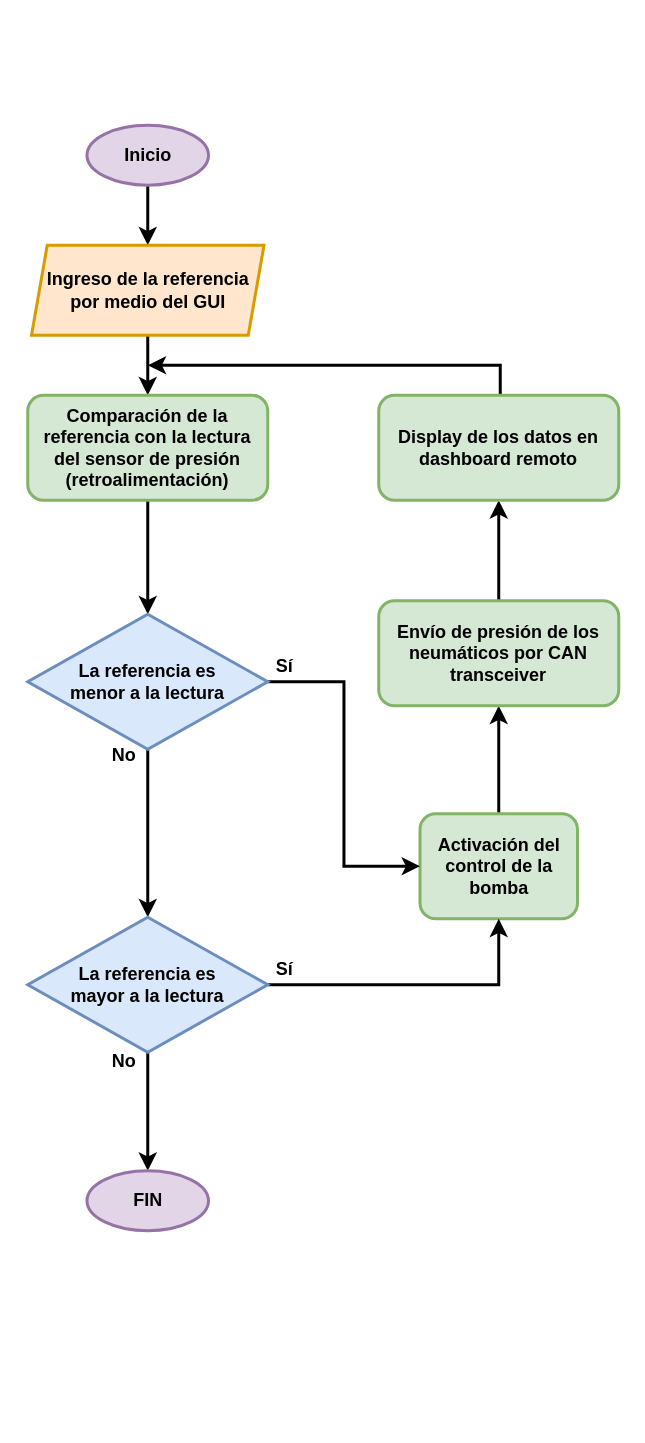
The draw.io diagram page "Diagrama de flujo (general)" (2 of 3) of Reto/Sistema de control y diagrama de flujo.drawio in GuillermoGJ03/Repo-Embebidos-Avanzados, before the edit. Source tidied: cells renumbered, new cells numbered last; positions are measured from the earlier drawing's top-left corner, leaving out a move shared by most shapes. Both pictures are drawn from the tidied source at 150%, with x=0, y=0 at pixel (27, 124).
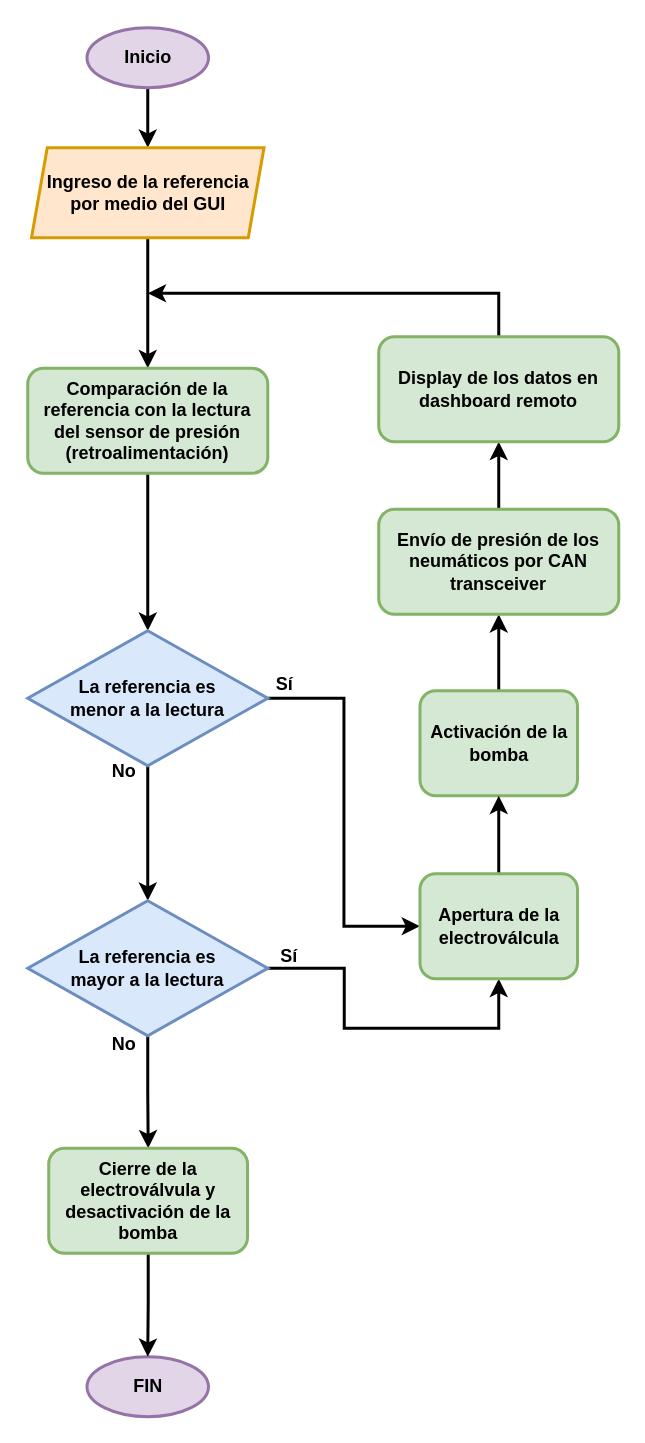
After the change.

What changed in the source:
```diff
@@
     <mxCell id="3" value="Inicio" style="ellipse;whiteSpace=wrap;html=1;strokeWidth=2;fontFamily=Helvetica;fontSize=12;fontStyle=1;fillColor=#e1d5e7;strokeColor=#9673a6;" parent="1" vertex="1">
-      <mxGeometry x="39.5" width="81" height="40" as="geometry" />
+      <mxGeometry x="39.5" y="-65" width="81" height="40" as="geometry" />
     </mxCell>
@@
     <mxCell id="5" value="Ingreso de la referencia por medio del GUI" style="shape=parallelogram;perimeter=parallelogramPerimeter;whiteSpace=wrap;html=1;fixedSize=1;strokeWidth=2;fontFamily=Helvetica;fontSize=12;fontStyle=1;size=10.500000000000114;fillColor=#ffe6cc;strokeColor=#d79b00;" parent="1" vertex="1">
-      <mxGeometry x="2.5" y="80" width="155" height="60" as="geometry" />
+      <mxGeometry x="2.5" y="15" width="155" height="60" as="geometry" />
     </mxCell>
@@
     <mxCell id="7" value="Comparación de la referencia con la lectura del sensor de presión (retroalimentación)" style="rounded=1;whiteSpace=wrap;html=1;strokeWidth=2;fontStyle=1;fillColor=#d5e8d4;strokeColor=#82b366;" parent="1" vertex="1">
-      <mxGeometry y="180" width="160" height="70" as="geometry" />
+      <mxGeometry y="162" width="160" height="70" as="geometry" />
     </mxCell>
@@
-    <mxCell id="9" value="Activación del control de la bomba" style="rounded=1;whiteSpace=wrap;html=1;strokeWidth=2;fontStyle=1;fillColor=#d5e8d4;strokeColor=#82b366;" parent="1" vertex="1">
-      <mxGeometry x="261.5" y="459" width="105" height="70" as="geometry" />
+    <mxCell id="9" value="Activación de la bomba" style="rounded=1;whiteSpace=wrap;html=1;strokeWidth=2;fontStyle=1;fillColor=#d5e8d4;strokeColor=#82b366;" parent="1" vertex="1">
+      <mxGeometry x="261.5" y="377" width="105" height="70" as="geometry" />
     </mxCell>
@@
-    <mxCell id="11" style="edgeStyle=orthogonalEdgeStyle;rounded=0;jettySize=auto;html=1;entryX=0;entryY=0.5;entryDx=0;entryDy=0;fontFamily=Verdana;fontSize=10;strokeWidth=2;" parent="1" edge="1" source="12" target="9">
-      <mxGeometry relative="1" as="geometry" />
-    </mxCell>
+    <mxCell id="25" style="edgeStyle=orthogonalEdgeStyle;rounded=0;jettySize=auto;html=1;entryX=0;entryY=0.5;entryDx=0;entryDy=0;strokeWidth=2;" parent="1" edge="1" source="12" target="29">
+      <mxGeometry relative="1" as="geometry" />
+    </mxCell>
     <mxCell id="12" value="&lt;b&gt;La referencia es &lt;br&gt;menor a la lectura&lt;/b&gt;" style="rhombus;whiteSpace=wrap;html=1;strokeWidth=2;fontFamily=Helvetica;fontSize=12;fillColor=#dae8fc;strokeColor=#6c8ebf;" parent="1" vertex="1">
-      <mxGeometry y="326" width="160" height="90" as="geometry" />
+      <mxGeometry y="337" width="160" height="90" as="geometry" />
     </mxCell>
-    <mxCell id="13" style="edgeStyle=orthogonalEdgeStyle;rounded=0;jettySize=auto;html=1;fontFamily=Verdana;fontSize=10;strokeWidth=2;" parent="1" edge="1" source="15" target="16">
-      <mxGeometry relative="1" as="geometry" />
-    </mxCell>
-    <mxCell id="14" style="edgeStyle=orthogonalEdgeStyle;rounded=0;jettySize=auto;html=1;entryX=0.5;entryY=1;entryDx=0;entryDy=0;fontFamily=Verdana;fontSize=10;strokeWidth=2;" parent="1" edge="1" source="15" target="9">
-      <mxGeometry relative="1" as="geometry" />
-    </mxCell>
+    <mxCell id="26" style="edgeStyle=orthogonalEdgeStyle;rounded=0;jettySize=auto;html=1;entryX=0.5;entryY=1;entryDx=0;entryDy=0;strokeWidth=2;" parent="1" edge="1" source="15" target="29">
+      <mxGeometry relative="1" as="geometry">
+        <Array as="points">
+          <mxPoint x="211" y="562" />
+          <mxPoint x="211" y="602" />
+          <mxPoint x="314" y="602" />
+        </Array>
+      </mxGeometry>
+    </mxCell>
+    <mxCell id="27" style="edgeStyle=orthogonalEdgeStyle;rounded=0;jumpSize=6;jettySize=auto;html=1;strokeWidth=2;" parent="1" edge="1" source="15" target="31">
+      <mxGeometry relative="1" as="geometry" />
+    </mxCell>
     <mxCell id="15" value="&lt;b&gt;La referencia es &lt;br&gt;mayor a la lectura&lt;/b&gt;" style="rhombus;whiteSpace=wrap;html=1;strokeWidth=2;fontFamily=Helvetica;fontSize=12;fillColor=#dae8fc;strokeColor=#6c8ebf;" parent="1" vertex="1">
-      <mxGeometry y="528" width="160" height="90" as="geometry" />
+      <mxGeometry y="517" width="160" height="90" as="geometry" />
     </mxCell>
     <mxCell id="16" value="FIN" style="ellipse;whiteSpace=wrap;html=1;strokeWidth=2;fontFamily=Helvetica;fontSize=12;fontStyle=1;fillColor=#e1d5e7;strokeColor=#9673a6;" parent="1" vertex="1">
-      <mxGeometry x="39.5" y="697" width="81" height="40" as="geometry" />
+      <mxGeometry x="39.5" y="821" width="81" height="40" as="geometry" />
     </mxCell>
     <mxCell id="17" value="Sí" style="text;html=1;align=center;verticalAlign=middle;strokeColor=none;fillColor=none;fontSize=12;fontFamily=Helvetica;fontColor=#000000;fontStyle=1;" parent="1" vertex="1">
-      <mxGeometry x="156" y="346" width="30" height="30" as="geometry" />
+      <mxGeometry x="156" y="358" width="30" height="30" as="geometry" />
     </mxCell>
     <mxCell id="18" value="Sí" style="text;html=1;align=center;verticalAlign=middle;strokeColor=none;fillColor=none;fontSize=12;fontFamily=Helvetica;fontColor=#000000;fontStyle=1;" parent="1" vertex="1">
-      <mxGeometry x="156" y="548" width="30" height="30" as="geometry" />
+      <mxGeometry x="159" y="539" width="30" height="30" as="geometry" />
     </mxCell>
     <mxCell id="19" value="No" style="text;html=1;align=center;verticalAlign=middle;strokeColor=none;fillColor=none;fontSize=12;fontFamily=Helvetica;fontColor=#000000;fontStyle=1;" parent="1" vertex="1">
-      <mxGeometry x="44" y="405" width="40" height="30" as="geometry" />
+      <mxGeometry x="44" y="416" width="40" height="30" as="geometry" />
     </mxCell>
     <mxCell id="20" value="No" style="text;html=1;align=center;verticalAlign=middle;strokeColor=none;fillColor=none;fontSize=12;fontFamily=Helvetica;fontColor=#000000;fontStyle=1;" parent="1" vertex="1">
-      <mxGeometry x="44" y="609" width="40" height="30" as="geometry" />
+      <mxGeometry x="44" y="598" width="40" height="30" as="geometry" />
     </mxCell>
-    <mxCell id="21" style="edgeStyle=orthogonalEdgeStyle;rounded=0;jettySize=auto;html=1;fontFamily=Verdana;fontSize=10;strokeWidth=2;" parent="1" edge="1" source="22" target="24">
+    <mxCell id="21" style="edgeStyle=orthogonalEdgeStyle;rounded=0;jettySize=auto;html=1;fontFamily=Verdana;fontSize=10;strokeWidth=2;jumpSize=6;" parent="1" edge="1" source="22" target="24">
       <mxGeometry relative="1" as="geometry" />
     </mxCell>
     <mxCell id="22" value="Envío de presión de los neumáticos por CAN transceiver" style="rounded=1;whiteSpace=wrap;html=1;strokeWidth=2;fontStyle=1;fillColor=#d5e8d4;strokeColor=#82b366;" parent="1" vertex="1">
-      <mxGeometry x="234" y="317" width="160" height="70" as="geometry" />
+      <mxGeometry x="234" y="256" width="160" height="70" as="geometry" />
     </mxCell>
-    <mxCell id="23" style="edgeStyle=orthogonalEdgeStyle;rounded=0;orthogonalLoop=1;jettySize=auto;html=1;fontFamily=Verdana;fontSize=10;strokeWidth=2;" parent="1" edge="1">
+    <mxCell id="23" style="edgeStyle=orthogonalEdgeStyle;rounded=0;jettySize=auto;html=1;fontFamily=Verdana;fontSize=10;strokeWidth=2;exitX=0.5;exitY=0;exitDx=0;exitDy=0;" parent="1" edge="1" source="24">
       <mxGeometry relative="1" as="geometry">
-        <mxPoint x="315" y="170" as="sourcePoint" />
-        <mxPoint x="80" y="160" as="targetPoint" />
+        <mxPoint x="80" y="112" as="targetPoint" />
         <Array as="points">
-          <mxPoint x="315" y="180" />
-          <mxPoint x="315" y="160" />
+          <mxPoint x="314" y="112" />
+          <mxPoint x="80" y="112" />
         </Array>
       </mxGeometry>
     </mxCell>
     <mxCell id="24" value="Display de los datos en dashboard remoto" style="rounded=1;whiteSpace=wrap;html=1;strokeWidth=2;fontStyle=1;fillColor=#d5e8d4;strokeColor=#82b366;" parent="1" vertex="1">
-      <mxGeometry x="234" y="180" width="160" height="70" as="geometry" />
+      <mxGeometry x="234" y="141" width="160" height="70" as="geometry" />
     </mxCell>
+    <mxCell id="28" style="edgeStyle=orthogonalEdgeStyle;rounded=0;jettySize=auto;html=1;strokeWidth=2;" parent="1" edge="1" source="29" target="9">
+      <mxGeometry relative="1" as="geometry" />
+    </mxCell>
+    <mxCell id="29" value="Apertura de la electroválcula" style="rounded=1;whiteSpace=wrap;html=1;strokeWidth=2;fontStyle=1;fillColor=#d5e8d4;strokeColor=#82b366;" parent="1" vertex="1">
+      <mxGeometry x="261.5" y="499" width="105" height="70" as="geometry" />
+    </mxCell>
+    <mxCell id="30" style="edgeStyle=orthogonalEdgeStyle;rounded=0;jumpSize=6;jettySize=auto;html=1;strokeWidth=2;" parent="1" edge="1" source="31" target="16">
+      <mxGeometry relative="1" as="geometry" />
+    </mxCell>
+    <mxCell id="31" value="Cierre de la electroválvula y desactivación de la bomba" style="rounded=1;whiteSpace=wrap;html=1;strokeWidth=2;fontStyle=1;fillColor=#d5e8d4;strokeColor=#82b366;" parent="1" vertex="1">
+      <mxGeometry x="14" y="682" width="132.5" height="70" as="geometry" />
+    </mxCell>
```
